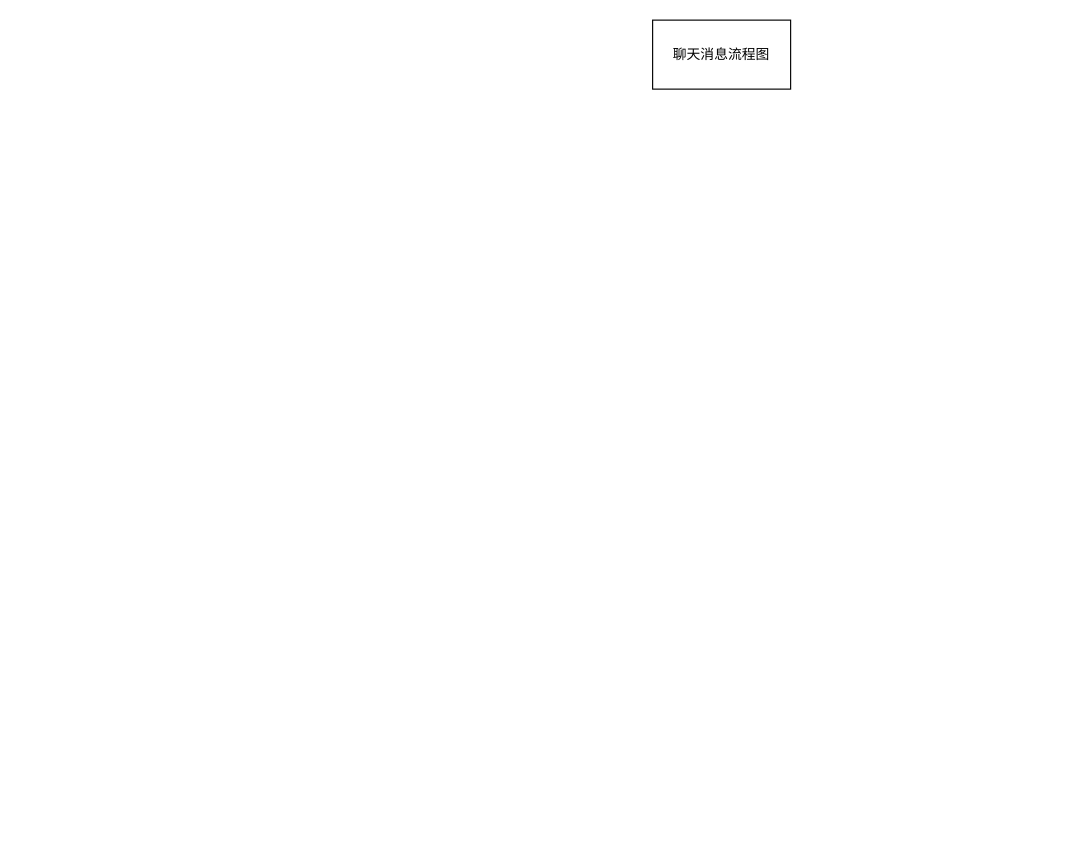
Above: message.drawio in oppo-80343438/flowChart (draw.io), before the change. Source tidied: cells renumbered, new cells numbered last; positions are measured from the earlier drawing's top-left corner, leaving out a move shared by most shapes. Both pictures are drawn from the tidied source at 115%, with x=0, y=0 at pixel (652, 20).
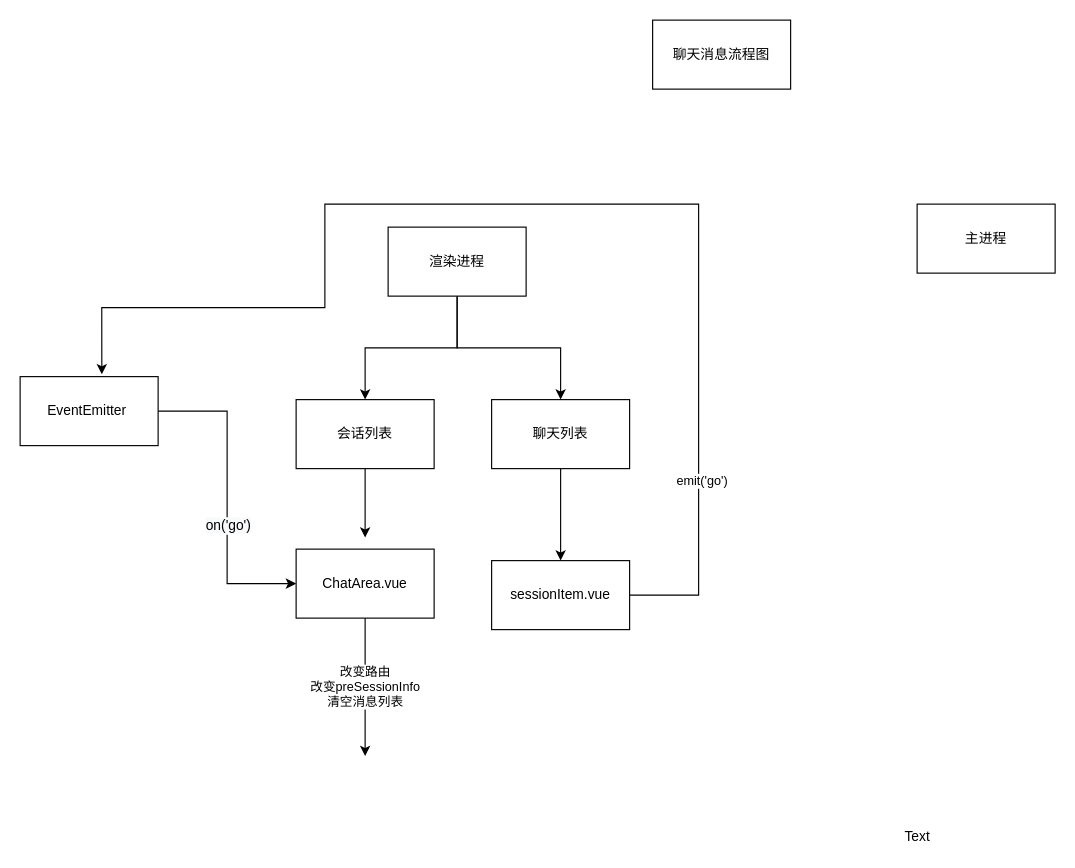
Above is the later version.

Change to the diagram source:
```diff
@@
+    <mxCell id="3" style="edgeStyle=orthogonalEdgeStyle;rounded=0;jettySize=auto;html=1;entryX=0.5;entryY=0;entryDx=0;entryDy=0;" parent="1" edge="1" source="5" target="8">
+      <mxGeometry relative="1" as="geometry" />
+    </mxCell>
+    <mxCell id="4" style="edgeStyle=orthogonalEdgeStyle;rounded=0;jettySize=auto;html=1;entryX=0.5;entryY=0;entryDx=0;entryDy=0;" parent="1" edge="1" source="5" target="12">
+      <mxGeometry relative="1" as="geometry" />
+    </mxCell>
+    <mxCell id="5" value="渲染进程" style="rounded=0;whiteSpace=wrap;html=1;" parent="1" vertex="1">
+      <mxGeometry x="-230" y="180" width="120" height="60" as="geometry" />
+    </mxCell>
+    <mxCell id="6" value="主进程" style="rounded=0;whiteSpace=wrap;html=1;" parent="1" vertex="1">
+      <mxGeometry x="230" y="160" width="120" height="60" as="geometry" />
+    </mxCell>
+    <mxCell id="7" style="edgeStyle=orthogonalEdgeStyle;rounded=0;jettySize=auto;html=1;" parent="1" edge="1" source="8">
+      <mxGeometry relative="1" as="geometry">
+        <mxPoint x="-250" y="450" as="targetPoint" />
+      </mxGeometry>
+    </mxCell>
+    <mxCell id="8" value="会话列表" style="rounded=0;whiteSpace=wrap;html=1;" parent="1" vertex="1">
+      <mxGeometry x="-310" y="330" width="120" height="60" as="geometry" />
+    </mxCell>
+    <mxCell id="9" style="edgeStyle=orthogonalEdgeStyle;rounded=0;jettySize=auto;html=1;entryX=0.592;entryY=-0.033;entryDx=0;entryDy=0;entryPerimeter=0;exitX=1;exitY=0.5;exitDx=0;exitDy=0;" parent="1" edge="1" source="18" target="15">
+      <mxGeometry relative="1" as="geometry">
+        <Array as="points">
+          <mxPoint x="40" y="500" />
+          <mxPoint x="40" y="160" />
+          <mxPoint x="-285" y="160" />
+          <mxPoint x="-285" y="250" />
+          <mxPoint x="-479" y="250" />
+        </Array>
+      </mxGeometry>
+    </mxCell>
+    <mxCell id="10" value="emit('go')" style="edgeLabel;html=1;align=center;verticalAlign=middle;" parent="9" vertex="1">
+      <mxGeometry x="-0.7" y="-2" relative="1" as="geometry" />
+    </mxCell>
+    <mxCell id="11" style="edgeStyle=orthogonalEdgeStyle;rounded=0;jettySize=auto;html=1;entryX=0.5;entryY=0;entryDx=0;entryDy=0;" parent="1" edge="1" source="12" target="18">
+      <mxGeometry relative="1" as="geometry" />
+    </mxCell>
+    <mxCell id="12" value="聊天列表" style="rounded=0;whiteSpace=wrap;html=1;" parent="1" vertex="1">
+      <mxGeometry x="-140" y="330" width="120" height="60" as="geometry" />
+    </mxCell>
+    <mxCell id="13" style="edgeStyle=orthogonalEdgeStyle;rounded=0;jettySize=auto;html=1;entryX=0;entryY=0.5;entryDx=0;entryDy=0;" parent="1" edge="1" source="15" target="17">
+      <mxGeometry relative="1" as="geometry" />
+    </mxCell>
+    <mxCell id="14" value="&lt;span style=&quot;font-size: 12px ; background-color: rgb(248 , 249 , 250)&quot;&gt;on('go')&lt;/span&gt;" style="edgeLabel;html=1;align=center;verticalAlign=middle;" parent="13" vertex="1">
+      <mxGeometry x="0.18" relative="1" as="geometry" />
+    </mxCell>
+    <mxCell id="15" value="EventEmitter&amp;nbsp;" style="rounded=0;whiteSpace=wrap;html=1;" parent="1" vertex="1">
+      <mxGeometry x="-550" y="310" width="120" height="60" as="geometry" />
+    </mxCell>
+    <mxCell id="16" value="改变路由&lt;br&gt;改变preSessionInfo&lt;br&gt;清空消息列表" style="edgeStyle=orthogonalEdgeStyle;rounded=0;jettySize=auto;html=1;exitX=0.5;exitY=1;exitDx=0;exitDy=0;" parent="1" edge="1" source="17">
+      <mxGeometry relative="1" as="geometry">
+        <mxPoint x="-250" y="640" as="targetPoint" />
+      </mxGeometry>
+    </mxCell>
+    <mxCell id="17" value="ChatArea.vue" style="rounded=0;whiteSpace=wrap;html=1;" parent="1" vertex="1">
+      <mxGeometry x="-310" y="460" width="120" height="60" as="geometry" />
+    </mxCell>
+    <mxCell id="18" value="sessionItem.vue" style="rounded=0;whiteSpace=wrap;html=1;" parent="1" vertex="1">
+      <mxGeometry x="-140" y="470" width="120" height="60" as="geometry" />
+    </mxCell>
+    <mxCell id="19" value="Text" style="text;html=1;align=center;verticalAlign=middle;strokeColor=none;" parent="1" vertex="1">
+      <mxGeometry x="210" y="700" width="40" height="20" as="geometry" />
+    </mxCell>
```
